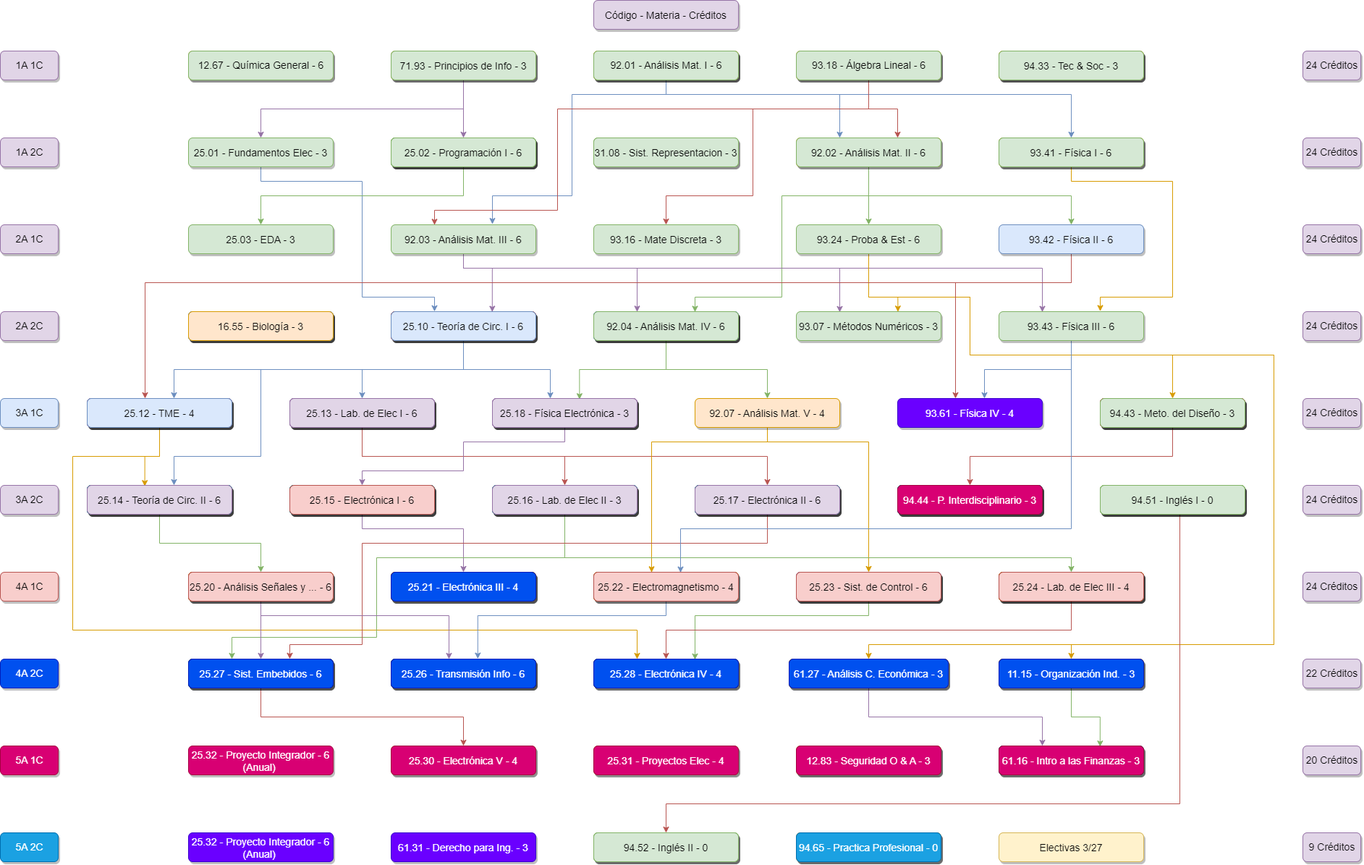
Earlier version of the draw.io export K22.drawio.png (juanipla/K22). Source tidied: cells renumbered, new cells last; positions are measured from the earlier drawing's top-left corner, leaving out a move shared by most shapes.
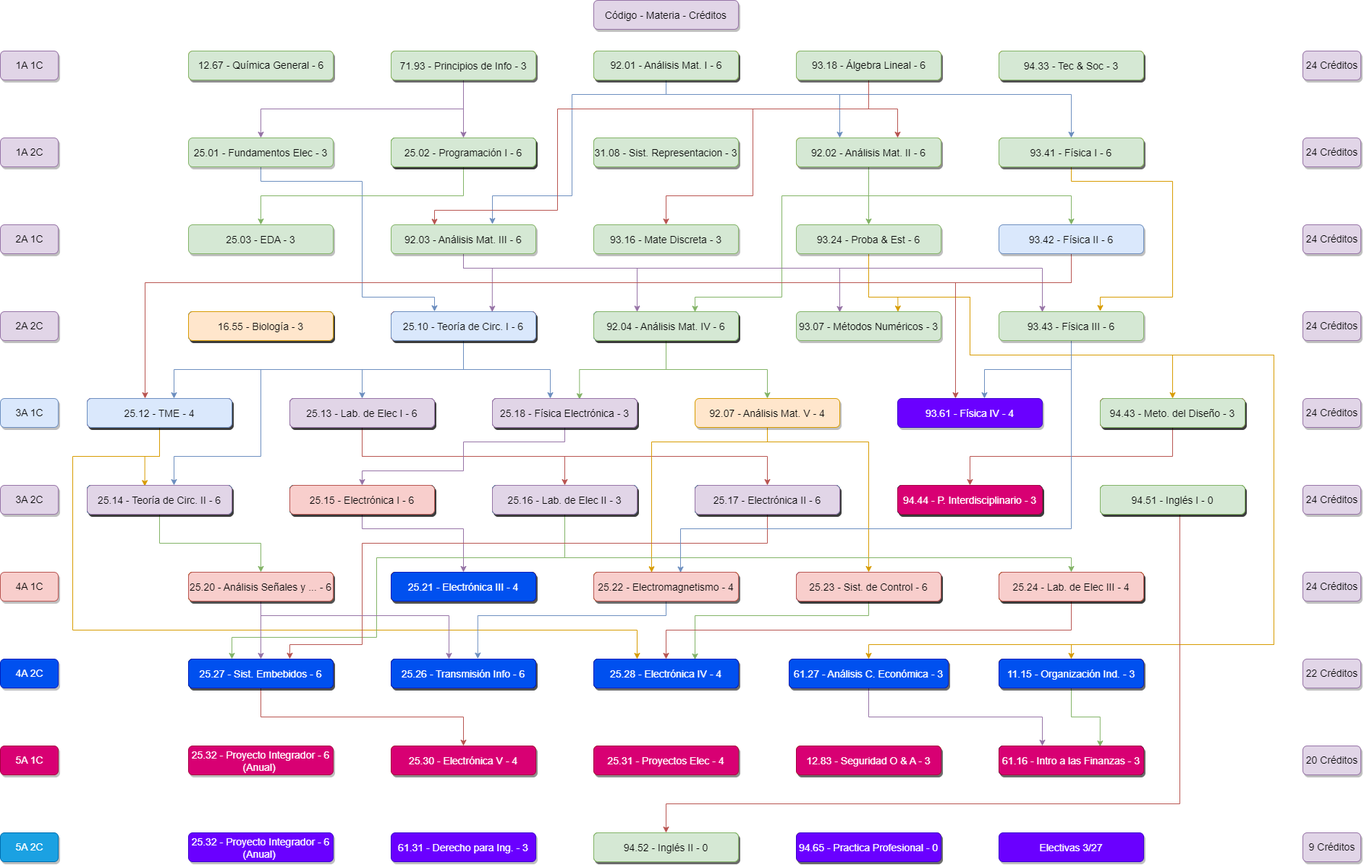
The same diagram one commit later.

What changed in the source:
```diff
@@ -946,7 +946,7 @@
     <mxCell id="225" value="12.83 - Seguridad O &amp; A - 3" style="rounded=1;fillColor=#d80073;strokeColor=#A50040;shadow=1;fontStyle=0;fontSize=14;labelBorderColor=none;labelBackgroundColor=none;verticalAlign=middle;fontColor=#ffffff;" parent="1" vertex="1">
       <mxGeometry x="1100" y="1030" width="200" height="40" as="geometry" />
     </mxCell>
-    <mxCell id="226" value="94.65 - Practica Profesional - 0" style="rounded=1;fillColor=#1ba1e2;strokeColor=#006EAF;shadow=1;fontStyle=0;fontSize=14;labelBorderColor=none;labelBackgroundColor=none;verticalAlign=middle;fontColor=#ffffff;" parent="1" vertex="1">
+    <mxCell id="226" value="94.65 - Practica Profesional - 0" style="rounded=1;fillColor=#6a00ff;strokeColor=#3700CC;shadow=1;fontStyle=0;fontSize=14;labelBorderColor=none;labelBackgroundColor=none;verticalAlign=middle;fontColor=#ffffff;" parent="1" vertex="1">
       <mxGeometry x="1100" y="1150" width="200" height="40" as="geometry" />
     </mxCell>
     <mxCell id="227" value="94.52 - Inglés II - 0" style="rounded=1;fillColor=#d5e8d4;strokeColor=#82b366;shadow=1;fontStyle=0;fontSize=14;labelBorderColor=none;labelBackgroundColor=none;verticalAlign=middle;" parent="1" vertex="1">
@@ -979,7 +979,7 @@
     <mxCell id="236" value="92.01 - Análisis Mat. I - 6" style="rounded=1;fillColor=#d5e8d4;strokeColor=#82b366;shadow=1;fontStyle=0;fontSize=14;labelBorderColor=none;labelBackgroundColor=none;html=1;verticalAlign=middle;" parent="1" vertex="1">
       <mxGeometry x="820" y="70" width="200" height="40" as="geometry" />
     </mxCell>
-    <mxCell id="237" value="Electivas 3/27" style="rounded=1;fillColor=#fff2cc;strokeColor=#d6b656;shadow=1;fontStyle=0;fontSize=14;labelBorderColor=none;labelBackgroundColor=none;verticalAlign=middle;" parent="1" vertex="1">
+    <mxCell id="237" value="Electivas 3/27" style="rounded=1;fillColor=#6a00ff;strokeColor=#3700CC;shadow=1;fontStyle=0;fontSize=14;labelBorderColor=none;labelBackgroundColor=none;verticalAlign=middle;fontColor=#ffffff;" parent="1" vertex="1">
       <mxGeometry x="1380" y="1150" width="200" height="40" as="geometry" />
     </mxCell>
   </root>
```
